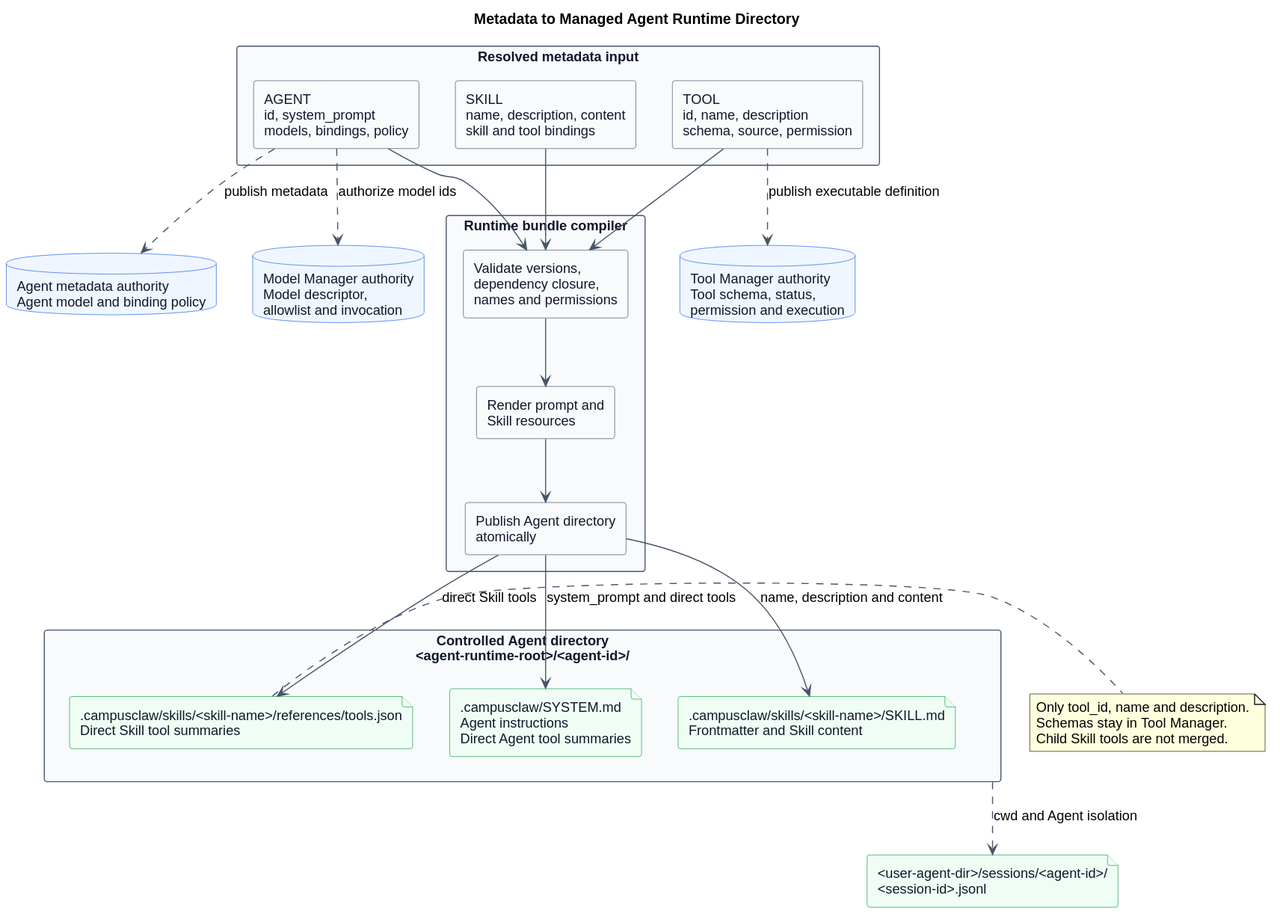
The PlantUML diagram pi-mono-java-manager-driven-multi-agent-runtime/metadata_runtime_directory_mapping.svg in superheromeZzh/pi-mono-java-design, before a commit.
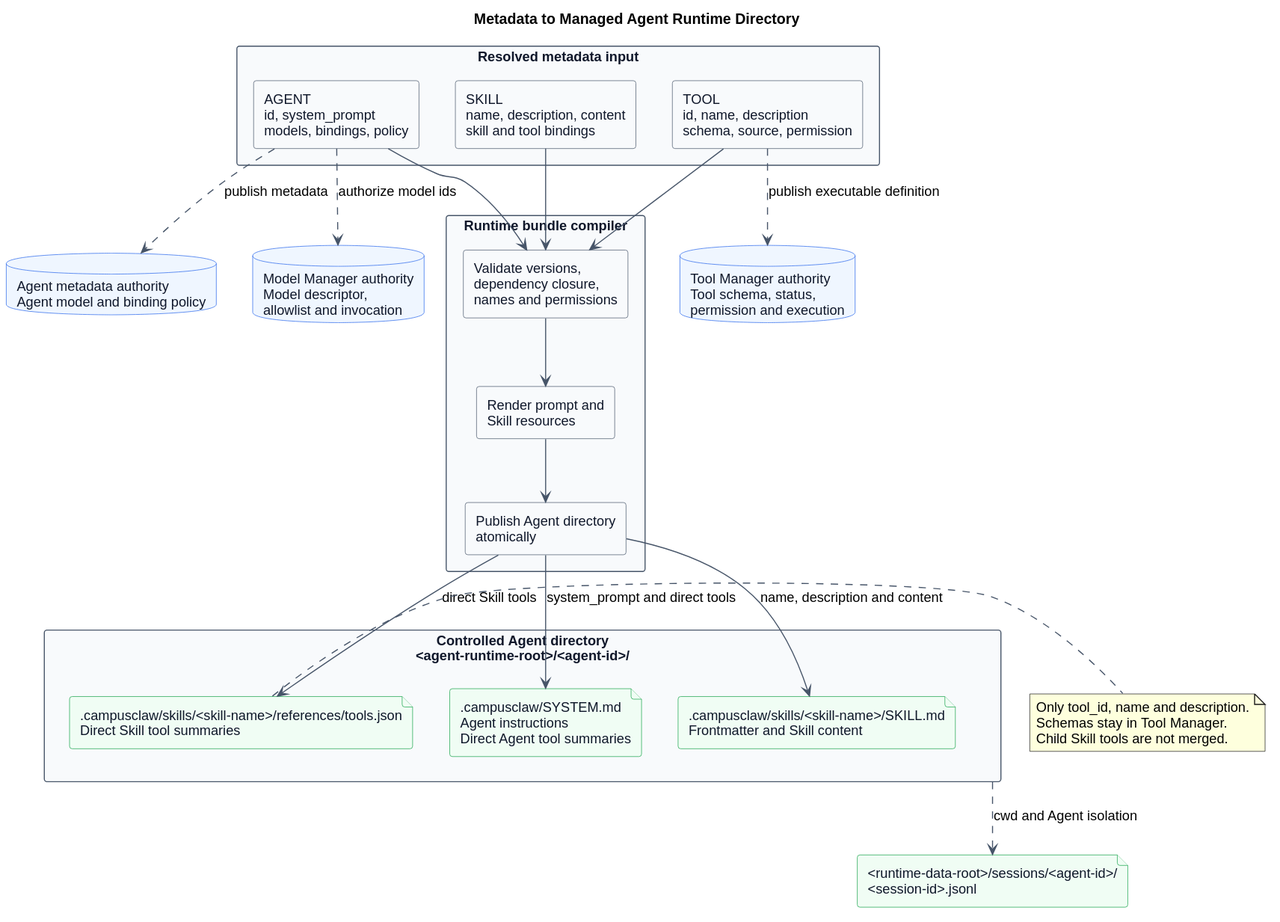
After the change.

What changed in the source:
```diff
@@ -44,7 +44,7 @@
 database "Agent metadata authority\nAgent model and binding policy" as AgentAuthority
 database "Tool Manager authority\nTool schema, status,\npermission and execution" as ToolManager
 database "Model Manager authority\nModel descriptor,\nallowlist and invocation" as ModelManager
-file "<user-agent-dir>/sessions/<agent-id>/\n<session-id>.jsonl" as SessionFile
+file "<runtime-data-root>/sessions/<agent-id>/\n<session-id>.jsonl" as SessionFile
 
 AgentMetadata --> Validate
 SkillMetadata --> Validate
```
